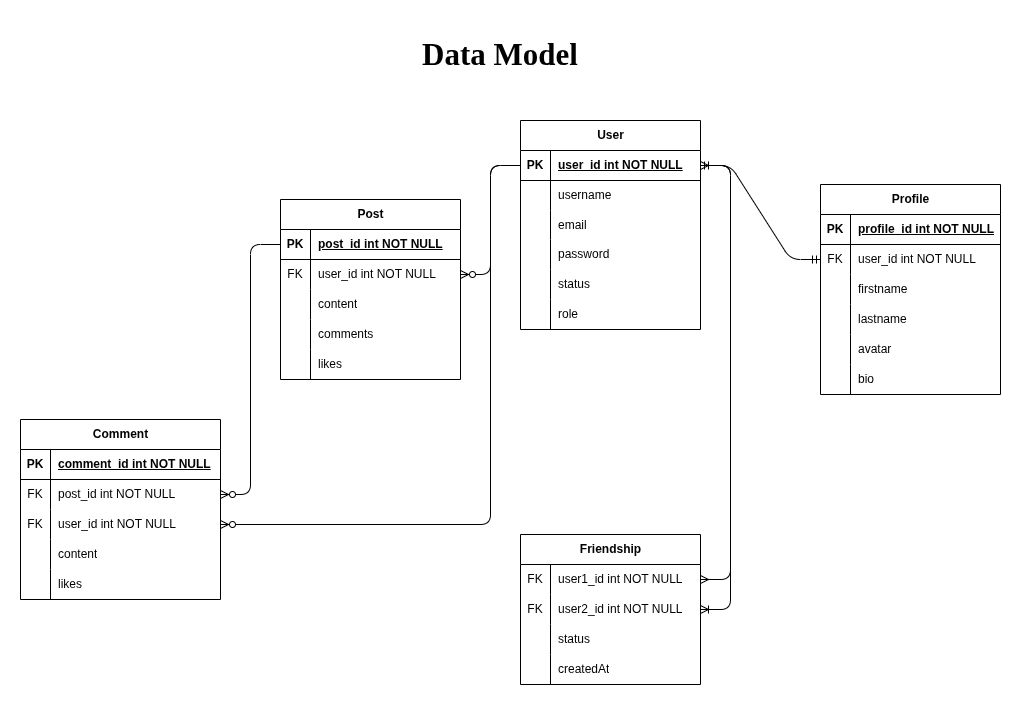
Before: __docs__/dataModel.png, a diagram exported from draw.io (marefpceo/odin-book-server). Source tidied: cells renumbered, new cells last; positions are measured from the earlier drawing's top-left corner, leaving out a move shared by most shapes.
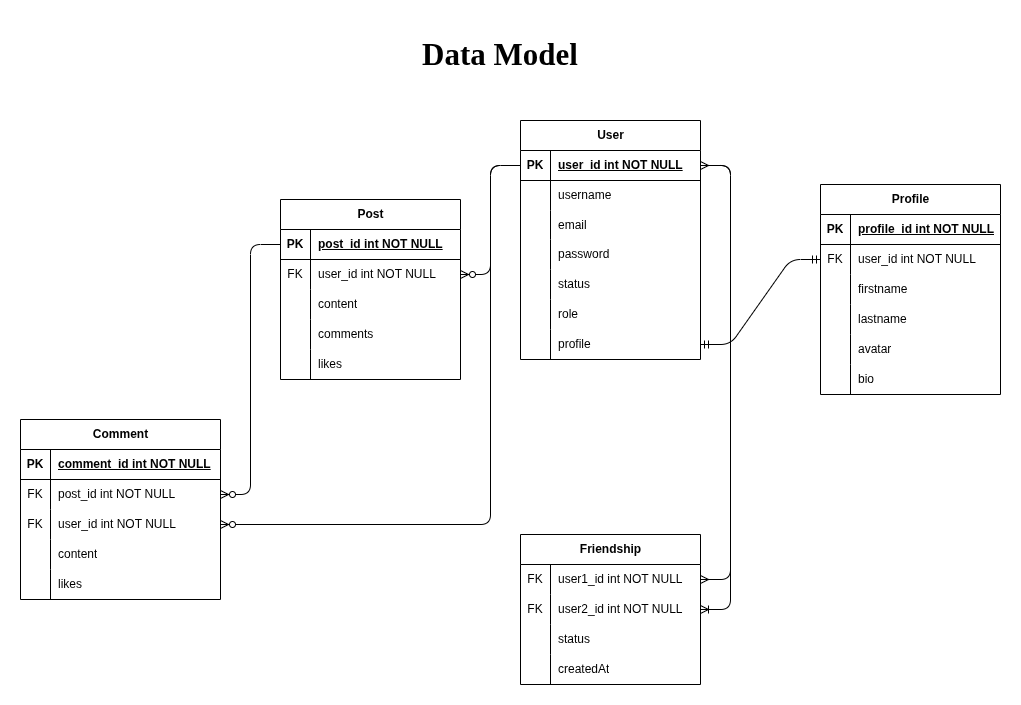
The same diagram one commit later.

Commit message:
Updated data model for clarity

Change to the diagram source:
```diff
@@ -3,7 +3,7 @@
     <mxCell id="0" />
     <mxCell id="1" parent="0" />
     <mxCell id="2" value="User" style="shape=table;startSize=30;rowLines=0;fontStyle=1;align=center;html=1;" parent="1" vertex="1">
-      <mxGeometry x="500" y="91" width="180" height="209" as="geometry" />
+      <mxGeometry x="500" y="91" width="180" height="239" as="geometry" />
     </mxCell>
     <mxCell id="3" style="shape=tableRow;horizontal=0;startSize=0;swimlaneHead=0;swimlaneBody=0;fillColor=none;points=[[0,0.5],[1,0.5]];portConstraint=eastwest;top=0;left=0;right=0;bottom=1;" parent="2" vertex="1">
       <mxGeometry y="30" width="180" height="30" as="geometry" />
@@ -59,6 +59,15 @@
     <mxCell id="20" value="role" style="shape=partialRectangle;fillColor=none;top=0;left=0;bottom=0;right=0;align=left;spacingLeft=6;overflow=hidden;whiteSpace=wrap;html=1;" parent="18" vertex="1">
       <mxGeometry x="30" width="150" height="30" as="geometry" />
     </mxCell>
+    <mxCell id="92" style="shape=tableRow;horizontal=0;startSize=0;swimlaneHead=0;swimlaneBody=0;fillColor=none;points=[[0,0.5],[1,0.5]];portConstraint=eastwest;top=0;left=0;right=0;bottom=0;" parent="2" vertex="1">
+      <mxGeometry y="209" width="180" height="30" as="geometry" />
+    </mxCell>
+    <mxCell id="93" style="shape=partialRectangle;fillColor=none;top=0;left=0;bottom=0;right=0;overflow=hidden;whiteSpace=wrap;html=1;" parent="92" vertex="1">
+      <mxGeometry width="30" height="30" as="geometry" />
+    </mxCell>
+    <mxCell id="94" value="profile" style="shape=partialRectangle;fillColor=none;top=0;left=0;bottom=0;right=0;align=left;spacingLeft=6;overflow=hidden;whiteSpace=wrap;html=1;" parent="92" vertex="1">
+      <mxGeometry x="30" width="150" height="30" as="geometry" />
+    </mxCell>
     <mxCell id="21" value="Profile" style="shape=table;startSize=30;rowLines=0;fontStyle=1;align=center;html=1;" parent="1" vertex="1">
       <mxGeometry x="800" y="155" width="180" height="210" as="geometry" />
     </mxCell>
@@ -116,7 +125,7 @@
     <mxCell id="39" value="bio" style="shape=partialRectangle;fillColor=none;top=0;left=0;bottom=0;right=0;align=left;spacingLeft=6;overflow=hidden;whiteSpace=wrap;html=1;" parent="37" vertex="1">
       <mxGeometry x="30" width="150" height="30" as="geometry" />
     </mxCell>
-    <mxCell id="40" style="edgeStyle=entityRelationEdgeStyle;fontSize=12;html=1;endArrow=ERmandOne;startArrow=ERmandOne;" parent="1" edge="1" source="3" target="25">
+    <mxCell id="40" style="edgeStyle=entityRelationEdgeStyle;fontSize=12;html=1;endArrow=ERmandOne;startArrow=ERmandOne;" parent="1" edge="1" source="92" target="25">
       <mxGeometry relative="1" as="geometry" />
     </mxCell>
     <mxCell id="41" value="Post" style="shape=table;startSize=30;rowLines=0;fontStyle=1;align=center;html=1;" parent="1" vertex="1">
```
